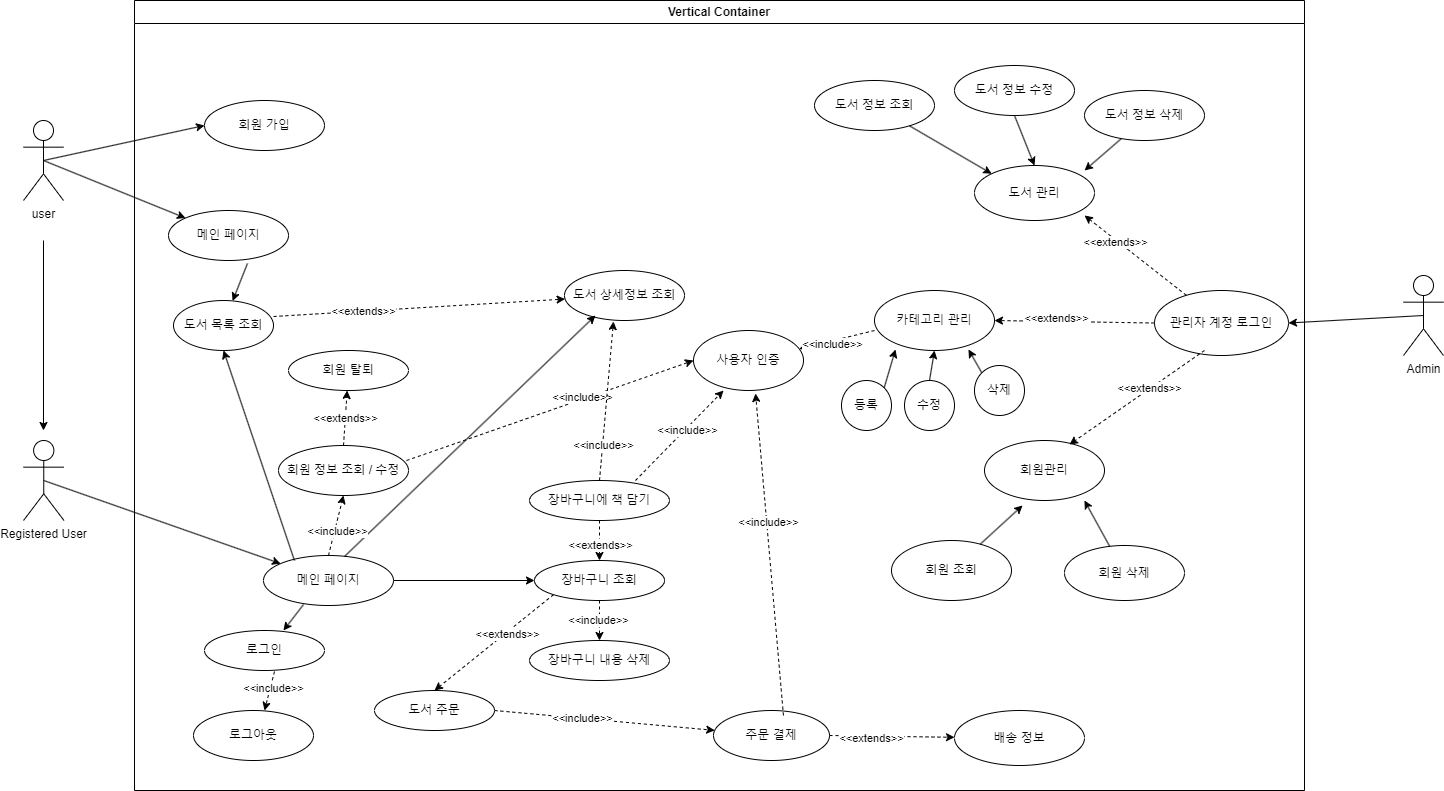
Before: src/온라인 서점 use-case2.png, a diagram exported from draw.io (junHyeokP/BookMarket). Source tidied: cells renumbered, new cells last; positions are measured from the earlier drawing's top-left corner, leaving out a move shared by most shapes.
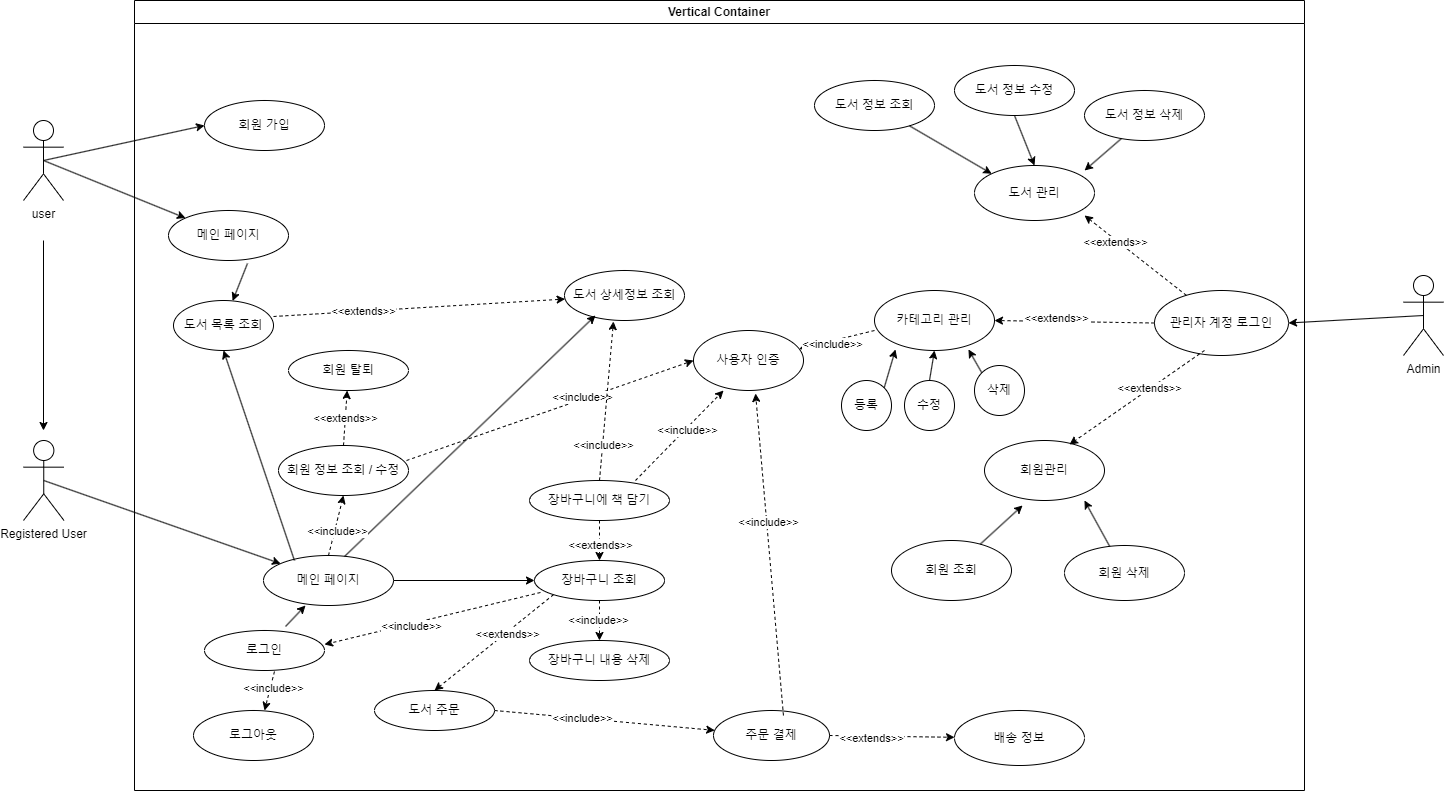
After the change.

Commit message:
온라인 서점 use-case2.png 업데이트

The edit, as a diff of the source:
```diff
@@ -113,7 +113,7 @@
     <mxCell id="38" value="&amp;lt;&amp;lt;include&amp;gt;&amp;gt;" style="edgeLabel;html=1;align=center;verticalAlign=middle;" parent="37" vertex="1">
       <mxGeometry x="-0.21" y="3" relative="1" as="geometry" />
     </mxCell>
-    <mxCell id="39" style="endArrow=classic;html=1;rounded=0;exitX=0.308;exitY=0.98;exitDx=0;exitDy=0;entryX=0.658;entryY=0;entryDx=0;entryDy=0;exitPerimeter=0;entryPerimeter=0;" parent="6" edge="1" source="19" target="9">
+    <mxCell id="39" style="endArrow=classic;html=1;rounded=0;entryX=0.323;entryY=1;entryDx=0;entryDy=0;entryPerimeter=0;exitX=0.675;exitY=-0.1;exitDx=0;exitDy=0;exitPerimeter=0;" parent="6" edge="1" source="9" target="19">
       <mxGeometry relative="1" as="geometry" />
     </mxCell>
     <mxCell id="40" value="회원 삭제" style="ellipse;whiteSpace=wrap;html=1;" parent="6" vertex="1">
@@ -244,6 +244,12 @@
     <mxCell id="81" style="endArrow=classic;html=1;rounded=0;exitX=0.238;exitY=0.1;exitDx=0;exitDy=0;exitPerimeter=0;entryX=0.5;entryY=1;entryDx=0;entryDy=0;" parent="6" edge="1" source="19" target="79">
       <mxGeometry relative="1" as="geometry" />
     </mxCell>
+    <mxCell id="86" style="endArrow=classic;html=1;rounded=0;exitX=0.046;exitY=0.8;exitDx=0;exitDy=0;exitPerimeter=0;entryX=1;entryY=0.35;entryDx=0;entryDy=0;entryPerimeter=0;dashed=1;" parent="6" edge="1" source="75" target="9">
+      <mxGeometry relative="1" as="geometry" />
+    </mxCell>
+    <mxCell id="87" value="&amp;lt;&amp;lt;include&amp;gt;&amp;gt;" style="edgeLabel;html=1;align=center;verticalAlign=middle;" parent="86" vertex="1">
+      <mxGeometry x="0.21" y="2" relative="1" as="geometry" />
+    </mxCell>
     <mxCell id="82" value="Registered User" style="shape=umlActor;verticalLabelPosition=bottom;verticalAlign=top;html=1;outlineConnect=0;" parent="1" vertex="1">
       <mxGeometry y="440" width="40.5" height="80" as="geometry" />
     </mxCell>
```
